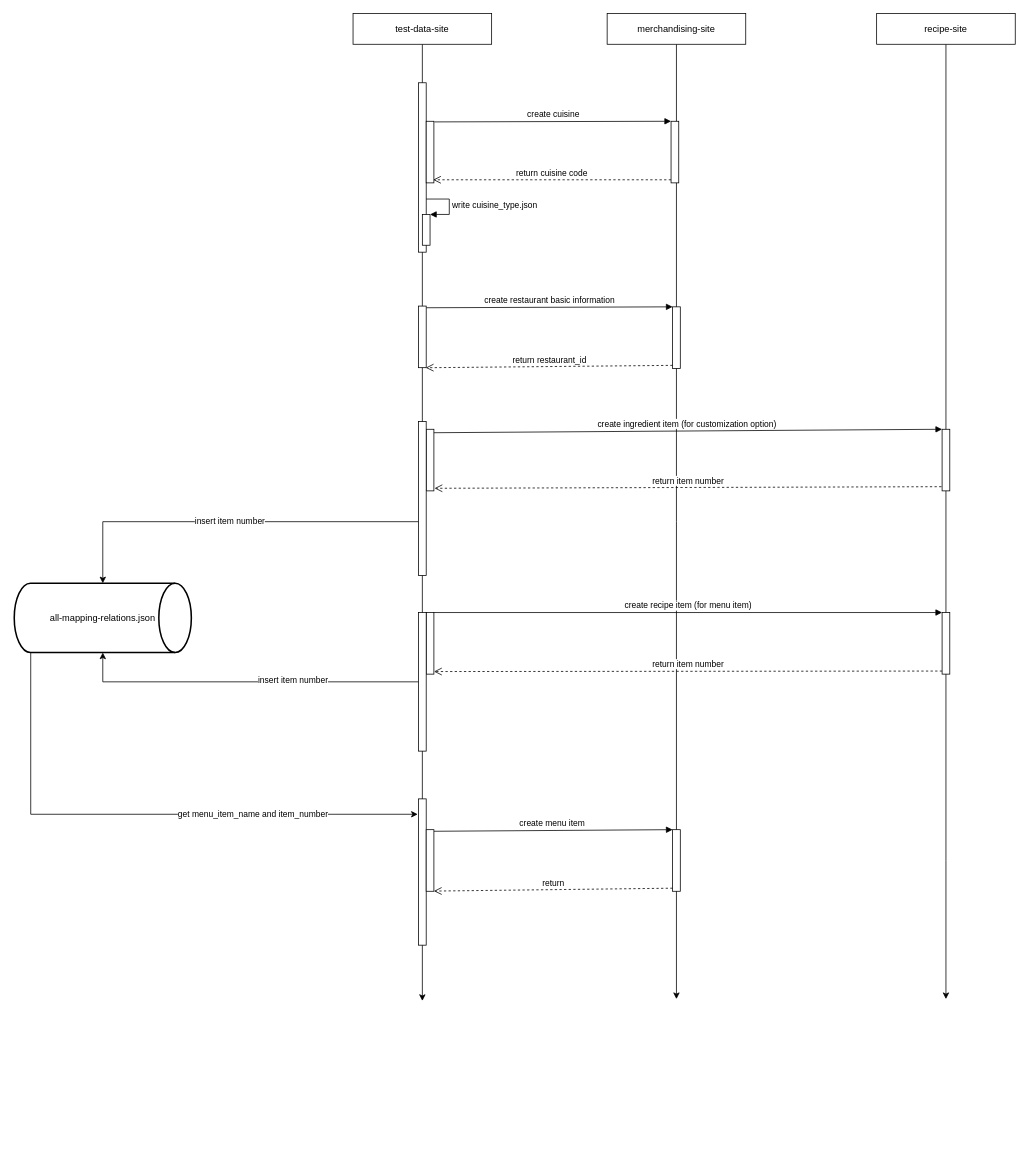
The draw.io diagram page "interactive" (3 of 3) of Untitled Diagram.drawio in YanniLan/test, before the edit. Source tidied: cells renumbered, new cells numbered last; positions are measured from the earlier drawing's top-left corner, leaving out a move shared by most shapes. Both pictures are drawn from the tidied source at 77%, with x=0, y=0 at pixel (14, 13).
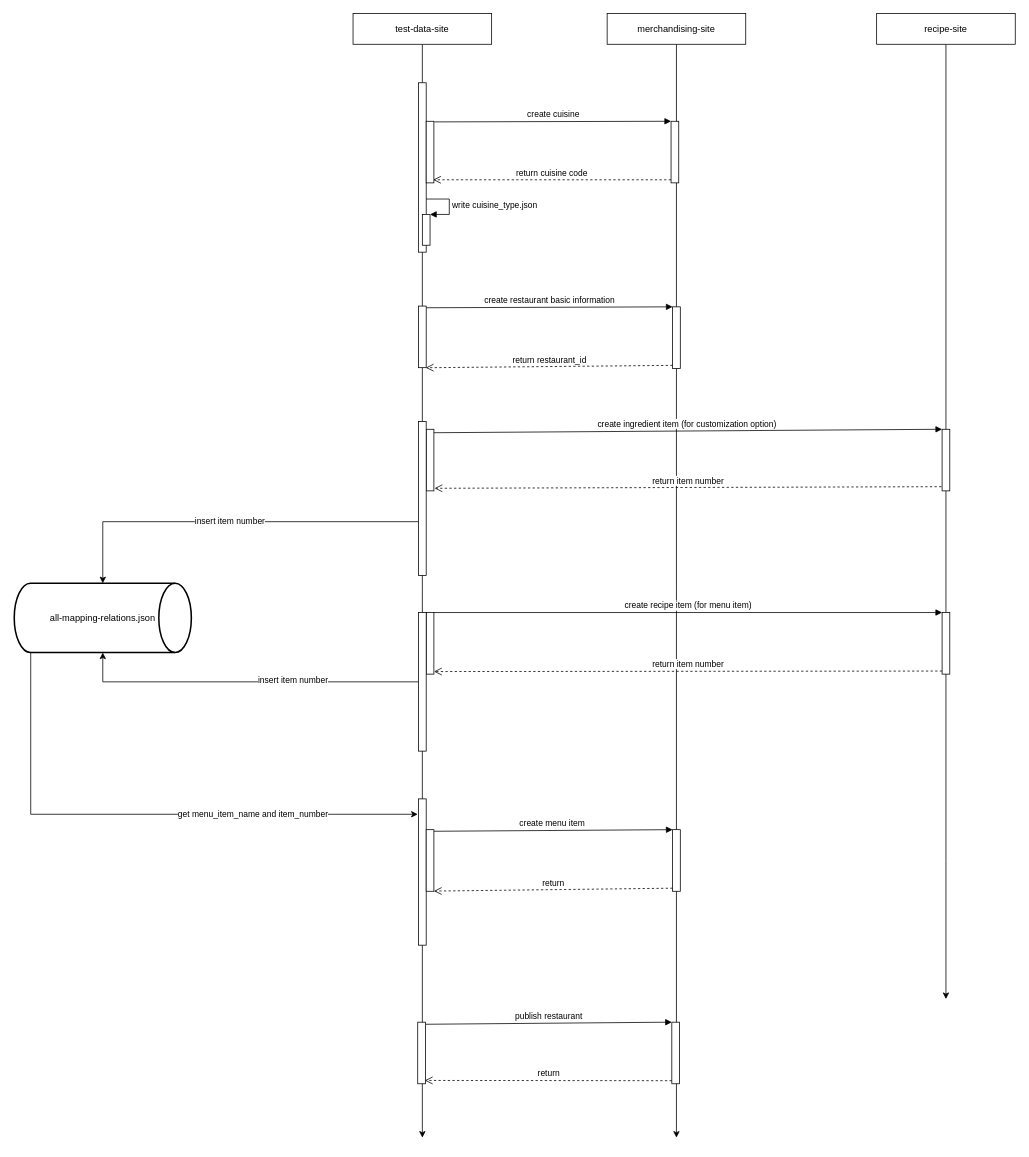
The same page after the edit.

Commit message:
interactive flowchart

Unchanged cells that the change refers to:
```xml
<mxCell id="3" value="test-data-site" style="rounded=0;whiteSpace=wrap;html=1;" parent="1" vertex="1">
  <mxGeometry x="440" width="180" height="40" as="geometry" />
</mxCell>
<mxCell id="5" value="merchandising-site" style="rounded=0;whiteSpace=wrap;html=1;" parent="1" vertex="1">
  <mxGeometry x="770" width="180" height="40" as="geometry" />
</mxCell>
```

The edit, as a diff of the source:
```diff
@@
     <mxCell id="2" style="edgeStyle=orthogonalEdgeStyle;rounded=0;jettySize=auto;html=1;" parent="1" edge="1" source="3">
       <mxGeometry relative="1" as="geometry">
-        <mxPoint x="530" y="1282.4" as="targetPoint" />
+        <mxPoint x="530" y="1460" as="targetPoint" />
       </mxGeometry>
     </mxCell>
@@
     <mxCell id="4" style="edgeStyle=orthogonalEdgeStyle;rounded=0;jettySize=auto;html=1;" parent="1" edge="1" source="5">
       <mxGeometry relative="1" as="geometry">
-        <mxPoint x="860" y="1280" as="targetPoint" />
+        <mxPoint x="860" y="1460" as="targetPoint" />
       </mxGeometry>
     </mxCell>
@@
+    <mxCell id="40" style="html=1;points=[];perimeter=orthogonalPerimeter;" parent="1" vertex="1">
+      <mxGeometry x="854" y="1310" width="10" height="80" as="geometry" />
+    </mxCell>
+    <mxCell id="41" value="publish restaurant" style="html=1;verticalAlign=bottom;endArrow=block;entryX=0;entryY=0;exitX=1.041;exitY=0.034;exitDx=0;exitDy=0;exitPerimeter=0;" parent="1" edge="1" source="43" target="40">
+      <mxGeometry relative="1" as="geometry" />
+    </mxCell>
+    <mxCell id="42" value="return" style="html=1;verticalAlign=bottom;endArrow=open;dashed=1;endSize=8;exitX=0;exitY=0.95;entryX=0.924;entryY=0.946;entryDx=0;entryDy=0;entryPerimeter=0;" parent="1" edge="1" source="40" target="43">
+      <mxGeometry relative="1" as="geometry" />
+    </mxCell>
+    <mxCell id="43" style="html=1;points=[];perimeter=orthogonalPerimeter;" parent="1" vertex="1">
+      <mxGeometry x="524" y="1310" width="10" height="80" as="geometry" />
+    </mxCell>
```
